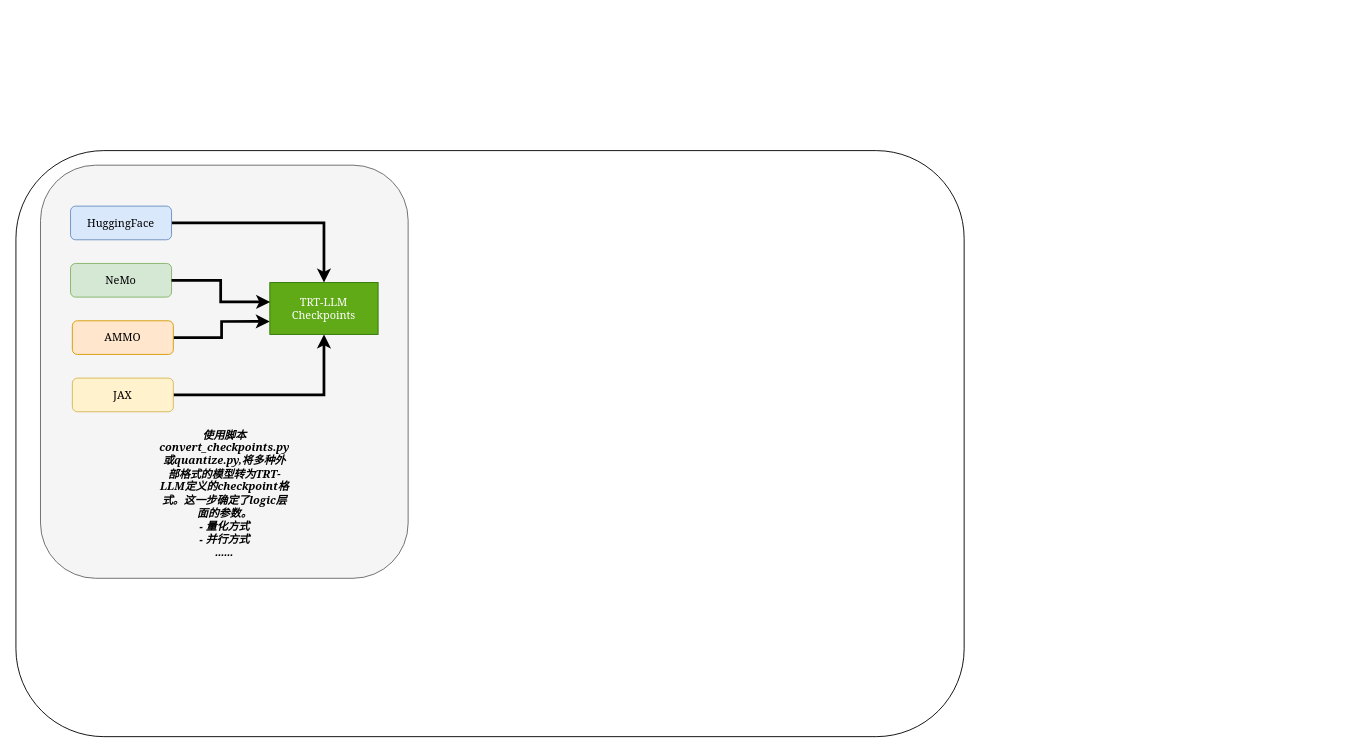
Above: LLM_TensorRT.drawio in Albertchamberlain/draw_io (draw.io), before the change. Source tidied: cells renumbered, new cells numbered last; positions are measured from the earlier drawing's top-left corner, leaving out a move shared by most shapes. Both pictures are drawn from the tidied source at 91%, with x=0, y=0 at pixel (15, 150).
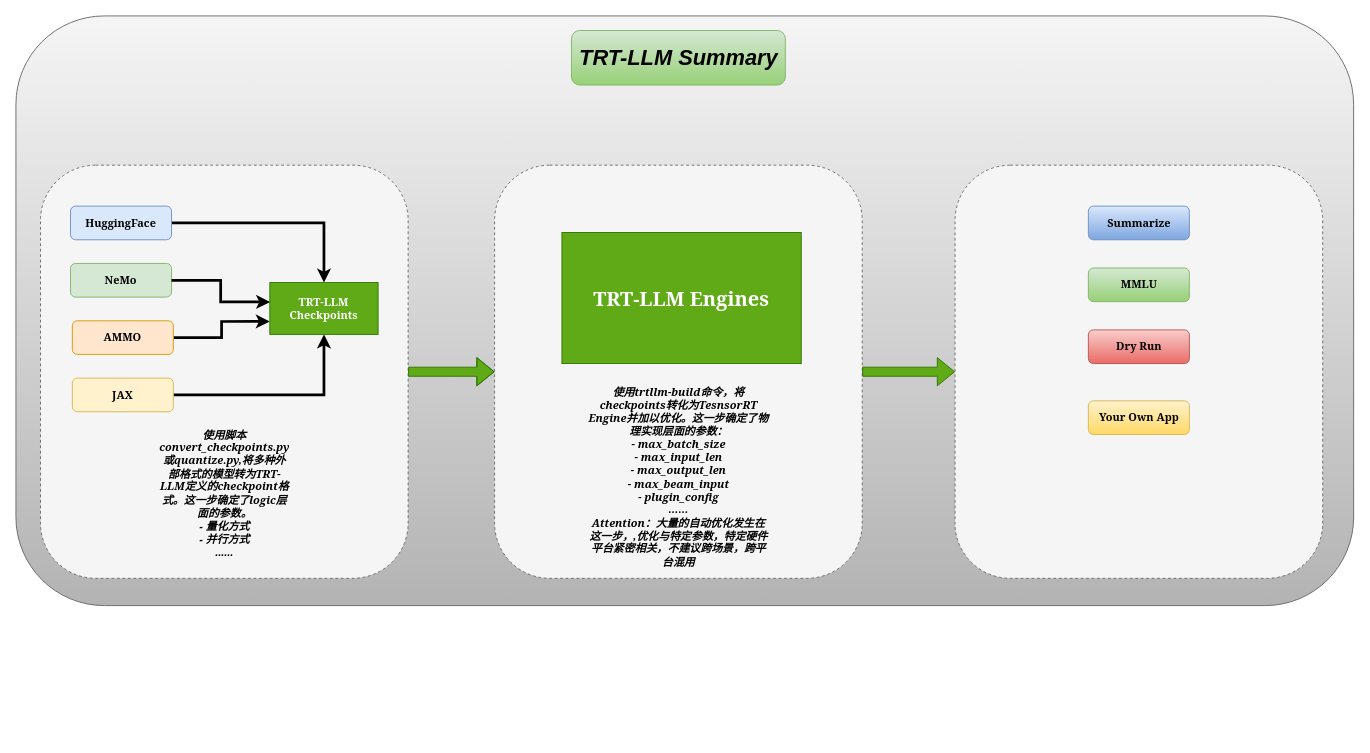
After the change.

Change to the diagram source:
```diff
@@
-    <mxCell id="2" style="rounded=1;whiteSpace=wrap;html=1;" parent="1" vertex="1">
-      <mxGeometry width="1042" height="644" as="geometry" />
+    <mxCell id="2" style="rounded=1;whiteSpace=wrap;html=1;fillColor=#f5f5f5;gradientColor=#b3b3b3;strokeColor=#666666;" parent="1" vertex="1">
+      <mxGeometry y="-148" width="1470" height="648" as="geometry" />
     </mxCell>
-    <mxCell id="3" style="rounded=1;whiteSpace=wrap;html=1;fillColor=#f5f5f5;fontColor=#333333;strokeColor=#666666;" parent="1" vertex="1">
+    <mxCell id="3" style="rounded=1;whiteSpace=wrap;html=1;fillColor=#f5f5f5;fontColor=#333333;strokeColor=#666666;dashed=1;" parent="1" vertex="1">
       <mxGeometry x="27" y="16" width="404" height="454" as="geometry" />
     </mxCell>
@@
-    <mxCell id="5" value="&lt;font face=&quot;Georgia&quot;&gt;HuggingFace&lt;/font&gt;" style="rounded=1;whiteSpace=wrap;html=1;fillColor=#dae8fc;strokeColor=#6c8ebf;" parent="1" vertex="1">
+    <mxCell id="5" value="&lt;font face=&quot;Georgia&quot;&gt;&lt;b&gt;HuggingFace&lt;/b&gt;&lt;/font&gt;" style="rounded=1;whiteSpace=wrap;html=1;fillColor=#dae8fc;strokeColor=#6c8ebf;" parent="1" vertex="1">
       <mxGeometry x="60" y="61" width="111" height="37" as="geometry" />
     </mxCell>
-    <mxCell id="6" value="&lt;font face=&quot;Georgia&quot;&gt;NeMo&lt;/font&gt;" style="rounded=1;whiteSpace=wrap;html=1;fillColor=#d5e8d4;strokeColor=#82b366;" parent="1" vertex="1">
+    <mxCell id="6" value="&lt;font face=&quot;Georgia&quot;&gt;&lt;b&gt;NeMo&lt;/b&gt;&lt;/font&gt;" style="rounded=1;whiteSpace=wrap;html=1;fillColor=#d5e8d4;strokeColor=#82b366;" parent="1" vertex="1">
       <mxGeometry x="60" y="124" width="111" height="37" as="geometry" />
     </mxCell>
@@
-    <mxCell id="8" value="&lt;font face=&quot;Georgia&quot;&gt;AMMO&lt;/font&gt;" style="rounded=1;whiteSpace=wrap;html=1;fillColor=#ffe6cc;strokeColor=#d79b00;" parent="1" vertex="1">
+    <mxCell id="8" value="&lt;font face=&quot;Georgia&quot;&gt;&lt;b&gt;AMMO&lt;/b&gt;&lt;/font&gt;" style="rounded=1;whiteSpace=wrap;html=1;fillColor=#ffe6cc;strokeColor=#d79b00;" parent="1" vertex="1">
       <mxGeometry x="62" y="187" width="111" height="37" as="geometry" />
     </mxCell>
@@
-    <mxCell id="10" value="&lt;font face=&quot;Georgia&quot;&gt;JAX&lt;/font&gt;" style="rounded=1;whiteSpace=wrap;html=1;fillColor=#fff2cc;strokeColor=#d6b656;" parent="1" vertex="1">
+    <mxCell id="10" value="&lt;font face=&quot;Georgia&quot;&gt;&lt;b&gt;JAX&lt;/b&gt;&lt;/font&gt;" style="rounded=1;whiteSpace=wrap;html=1;fillColor=#fff2cc;strokeColor=#d6b656;" parent="1" vertex="1">
       <mxGeometry x="62" y="250" width="111" height="37" as="geometry" />
     </mxCell>
-    <mxCell id="11" value="&lt;font face=&quot;Georgia&quot;&gt;TRT-LLM Checkpoints&lt;/font&gt;" style="rounded=0;whiteSpace=wrap;html=1;fillColor=#60a917;fontColor=#ffffff;strokeColor=#2D7600;" parent="1" vertex="1">
+    <mxCell id="11" value="&lt;font face=&quot;Georgia&quot;&gt;&lt;b&gt;TRT-LLM Checkpoints&lt;/b&gt;&lt;/font&gt;" style="rounded=0;whiteSpace=wrap;html=1;fillColor=#60a917;fontColor=#ffffff;strokeColor=#2D7600;" parent="1" vertex="1">
       <mxGeometry x="279" y="145" width="119" height="57" as="geometry" />
     </mxCell>
@@
+    <mxCell id="14" style="rounded=1;whiteSpace=wrap;html=1;fillColor=#f5f5f5;fontColor=#333333;strokeColor=#666666;dashed=1;" parent="1" vertex="1">
+      <mxGeometry x="526" y="16" width="404" height="454" as="geometry" />
+    </mxCell>
+    <mxCell id="15" value="&lt;b&gt;&lt;i&gt;&lt;font face=&quot;Georgia&quot;&gt;使用trtllm-build命令，将checkpoints转化为TesnsorRT Engine并加以优化。这一步确定了物理实现层面的参数：&lt;/font&gt;&lt;/i&gt;&lt;/b&gt;&lt;div&gt;&lt;b&gt;&lt;i&gt;&lt;font face=&quot;Georgia&quot;&gt;- max_batch_size&lt;/font&gt;&lt;/i&gt;&lt;/b&gt;&lt;/div&gt;&lt;div&gt;&lt;b&gt;&lt;i&gt;&lt;font face=&quot;Georgia&quot;&gt;- max_input_len&lt;/font&gt;&lt;/i&gt;&lt;/b&gt;&lt;/div&gt;&lt;div&gt;&lt;b&gt;&lt;i&gt;&lt;font face=&quot;Georgia&quot;&gt;- max_output_len&lt;/font&gt;&lt;/i&gt;&lt;/b&gt;&lt;/div&gt;&lt;div&gt;&lt;b&gt;&lt;i&gt;&lt;font face=&quot;Georgia&quot;&gt;- max_beam_input&lt;/font&gt;&lt;/i&gt;&lt;/b&gt;&lt;/div&gt;&lt;div&gt;&lt;b&gt;&lt;i&gt;&lt;font face=&quot;Georgia&quot;&gt;- plugin_config&lt;/font&gt;&lt;/i&gt;&lt;/b&gt;&lt;/div&gt;&lt;div&gt;&lt;font face=&quot;Georgia&quot;&gt;&lt;b&gt;&lt;i&gt;......&lt;/i&gt;&lt;/b&gt;&lt;/font&gt;&lt;/div&gt;&lt;div&gt;&lt;font face=&quot;Georgia&quot;&gt;&lt;b&gt;&lt;i&gt;Attention：大量的自动优化发生在这一步，,优化与特定参数，特定硬件平台紧密相关，不建议跨场景，跨平台混用&lt;/i&gt;&lt;/b&gt;&lt;/font&gt;&lt;/div&gt;" style="text;html=1;align=center;verticalAlign=middle;whiteSpace=wrap;rounded=0;" parent="1" vertex="1">
+      <mxGeometry x="627.5" y="344" width="201" height="30" as="geometry" />
+    </mxCell>
+    <mxCell id="16" value="&lt;font size=&quot;1&quot; face=&quot;Georgia&quot;&gt;&lt;b style=&quot;font-size: 22px;&quot;&gt;TRT-LLM Engines&lt;/b&gt;&lt;/font&gt;" style="rounded=0;whiteSpace=wrap;html=1;fillColor=#60a917;fontColor=#ffffff;strokeColor=#2D7600;" parent="1" vertex="1">
+      <mxGeometry x="600" y="90" width="263" height="144" as="geometry" />
+    </mxCell>
+    <mxCell id="17" style="shape=flexArrow;endArrow=classic;html=1;rounded=0;entryX=0;entryY=0.5;entryDx=0;entryDy=0;exitX=1;exitY=0.5;exitDx=0;exitDy=0;fillColor=#60a917;strokeColor=#2D7600;" parent="1" edge="1" source="3" target="14">
+      <mxGeometry relative="1" as="geometry">
+        <Array as="points">
+          <mxPoint x="478" y="243" />
+        </Array>
+      </mxGeometry>
+    </mxCell>
+    <mxCell id="18" style="rounded=1;whiteSpace=wrap;html=1;fillColor=#f5f5f5;fontColor=#333333;strokeColor=#666666;dashed=1;" parent="1" vertex="1">
+      <mxGeometry x="1032" y="16" width="404" height="454" as="geometry" />
+    </mxCell>
+    <mxCell id="19" value="&lt;b&gt;&lt;i&gt;&lt;font style=&quot;font-size: 24px;&quot;&gt;TRT-LLM Summary&lt;/font&gt;&lt;/i&gt;&lt;/b&gt;" style="rounded=1;whiteSpace=wrap;html=1;fillColor=#d5e8d4;gradientColor=#97d077;strokeColor=#82b366;" parent="1" vertex="1">
+      <mxGeometry x="610.5" y="-132" width="235" height="60" as="geometry" />
+    </mxCell>
+    <mxCell id="20" style="shape=flexArrow;endArrow=classic;html=1;rounded=0;entryX=0;entryY=0.5;entryDx=0;entryDy=0;exitX=1;exitY=0.5;exitDx=0;exitDy=0;fillColor=#60a917;strokeColor=#2D7600;" parent="1" edge="1" source="14" target="18">
+      <mxGeometry relative="1" as="geometry" />
+    </mxCell>
+    <mxCell id="21" value="&lt;font face=&quot;Georgia&quot;&gt;&lt;b&gt;Summarize&lt;/b&gt;&lt;/font&gt;" style="rounded=1;whiteSpace=wrap;html=1;fillColor=#dae8fc;strokeColor=#6c8ebf;gradientColor=#7ea6e0;" parent="1" vertex="1">
+      <mxGeometry x="1178.5" y="61" width="111" height="37" as="geometry" />
+    </mxCell>
+    <mxCell id="22" value="&lt;font face=&quot;Georgia&quot;&gt;&lt;b&gt;MMLU&lt;/b&gt;&lt;/font&gt;" style="rounded=1;whiteSpace=wrap;html=1;fillColor=#d5e8d4;strokeColor=#82b366;gradientColor=#97d077;" parent="1" vertex="1">
+      <mxGeometry x="1178.5" y="129" width="111" height="37" as="geometry" />
+    </mxCell>
+    <mxCell id="23" value="&lt;font face=&quot;Georgia&quot;&gt;&lt;b&gt;Dry Run&lt;/b&gt;&lt;/font&gt;" style="rounded=1;whiteSpace=wrap;html=1;fillColor=#f8cecc;strokeColor=#b85450;gradientColor=#ea6b66;" parent="1" vertex="1">
+      <mxGeometry x="1178.5" y="197" width="111" height="37" as="geometry" />
+    </mxCell>
+    <mxCell id="24" value="&lt;font face=&quot;Georgia&quot;&gt;&lt;b&gt;Your Own App&lt;/b&gt;&lt;/font&gt;" style="rounded=1;whiteSpace=wrap;html=1;fillColor=#fff2cc;strokeColor=#d6b656;gradientColor=#ffd966;" parent="1" vertex="1">
+      <mxGeometry x="1178.5" y="275" width="111" height="37" as="geometry" />
+    </mxCell>
```
